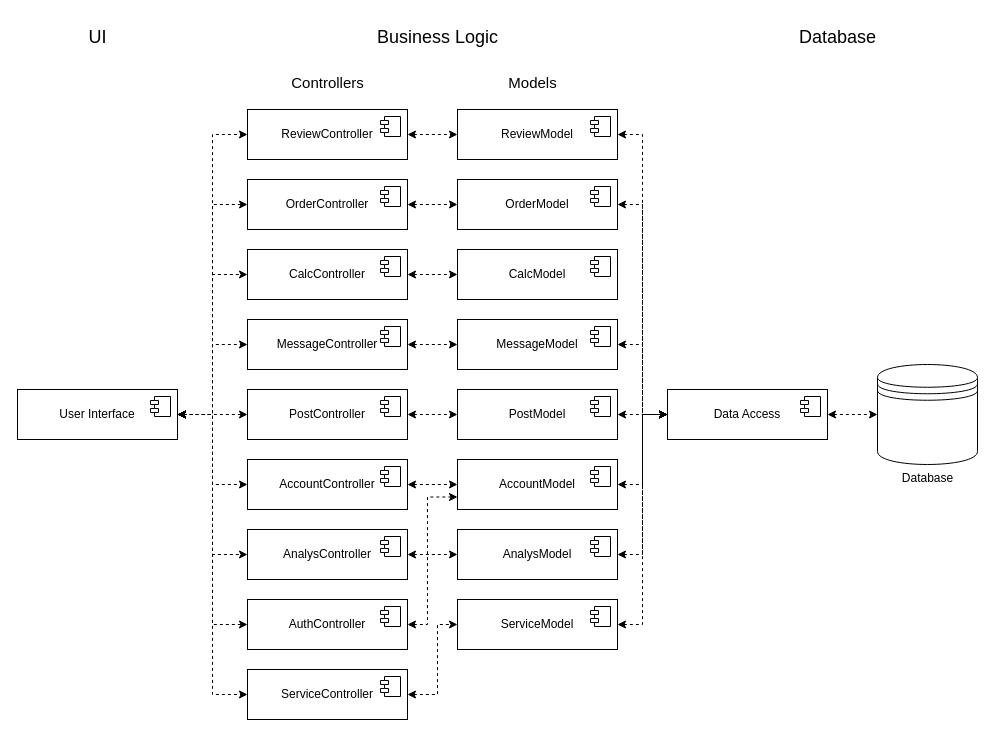
This is doc/diagrams/components.drawio from DaniilGGuY/PPO_labs, a draw.io file, before an edit. Source tidied: cells renumbered, new cells numbered last; positions are measured from the earlier drawing's top-left corner, leaving out a move shared by most shapes. Both pictures are drawn from the tidied source at 100%, with x=0, y=0 at pixel (17, 17).
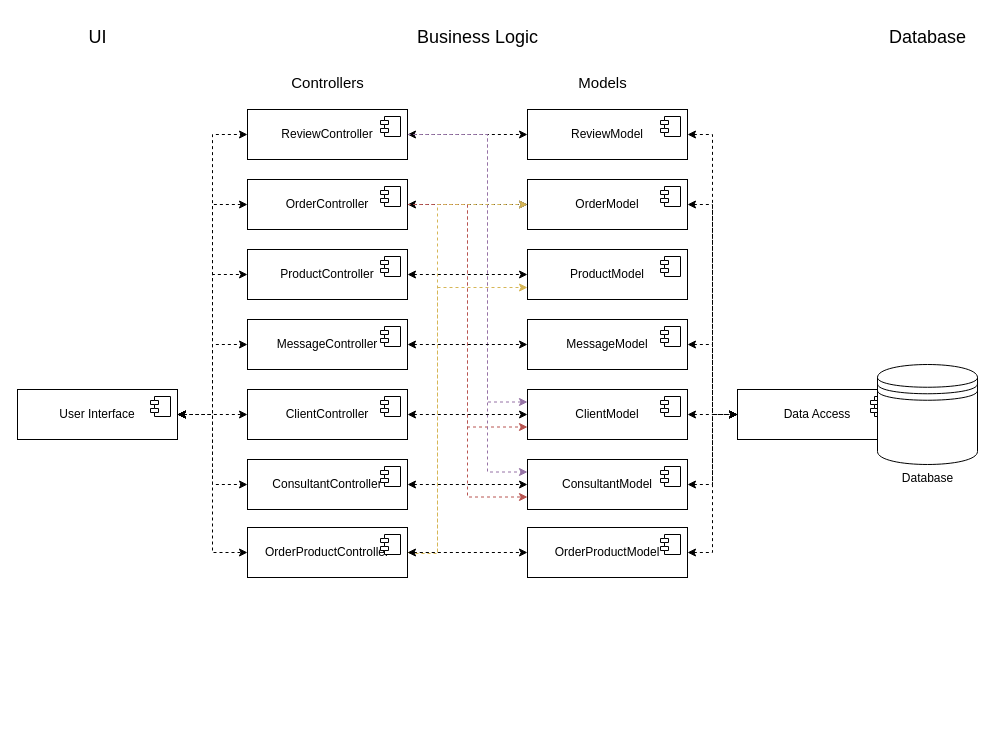
The same page after the edit.

The change refers to these unchanged cells:
```xml
<mxCell id="11" value="User Interface" style="html=1;whiteSpace=wrap;" parent="1" vertex="1">
  <mxGeometry y="372" width="160" height="50" as="geometry" />
</mxCell>
<mxCell id="17" value="OrderController" style="html=1;whiteSpace=wrap;" parent="1" vertex="1">
  <mxGeometry x="230" y="162" width="160" height="50" as="geometry" />
</mxCell>
<mxCell id="20" value="ReviewController" style="html=1;whiteSpace=wrap;" parent="1" vertex="1">
  <mxGeometry x="230" y="92" width="160" height="50" as="geometry" />
</mxCell>
<mxCell id="67" value="Database" style="shape=datastore;html=1;labelPosition=center;verticalLabelPosition=bottom;align=center;verticalAlign=top;" parent="1" vertex="1">
  <mxGeometry x="860" y="347" width="100" height="100" as="geometry" />
</mxCell>
```

Diff of the diagram source:
```diff
@@
-    <mxCell id="8" style="edgeStyle=orthogonalEdgeStyle;rounded=0;jettySize=auto;html=1;exitX=1;exitY=0.5;exitDx=0;exitDy=0;entryX=0;entryY=0.5;entryDx=0;entryDy=0;dashed=1;startArrow=classic;startFill=1;" parent="1" edge="1" source="11" target="32">
-      <mxGeometry relative="1" as="geometry" />
-    </mxCell>
-    <mxCell id="9" style="edgeStyle=orthogonalEdgeStyle;rounded=0;jettySize=auto;html=1;exitX=1;exitY=0.5;exitDx=0;exitDy=0;entryX=0;entryY=0.5;entryDx=0;entryDy=0;dashed=1;startArrow=classic;startFill=1;" parent="1" edge="1" source="11" target="35">
-      <mxGeometry relative="1" as="geometry" />
-    </mxCell>
-    <mxCell id="10" style="edgeStyle=orthogonalEdgeStyle;rounded=0;jettySize=auto;html=1;exitX=1;exitY=0.5;exitDx=0;exitDy=0;entryX=0;entryY=0.5;entryDx=0;entryDy=0;startArrow=classic;startFill=1;dashed=1;" parent="1" edge="1" source="11" target="38">
-      <mxGeometry relative="1" as="geometry" />
-    </mxCell>
+    <mxCell id="72" style="edgeStyle=orthogonalEdgeStyle;rounded=0;jettySize=auto;html=1;exitX=1;exitY=0.5;exitDx=0;exitDy=0;entryX=0;entryY=0.5;entryDx=0;entryDy=0;dashed=1;" parent="1" edge="1" source="11" target="80">
+      <mxGeometry relative="1" as="geometry" />
+    </mxCell>
@@
-    <mxCell id="14" value="CalcController" style="html=1;whiteSpace=wrap;" parent="1" vertex="1">
+    <mxCell id="14" value="ProductController" style="html=1;whiteSpace=wrap;" parent="1" vertex="1">
       <mxGeometry x="230" y="232" width="160" height="50" as="geometry" />
     </mxCell>
@@
+    <mxCell id="73" style="edgeStyle=orthogonalEdgeStyle;rounded=0;jettySize=auto;html=1;exitX=1;exitY=0.5;exitDx=0;exitDy=0;entryX=0;entryY=0.75;entryDx=0;entryDy=0;dashed=1;fillColor=#f8cecc;strokeColor=#b85450;" parent="1" edge="1" source="17" target="53">
+      <mxGeometry relative="1" as="geometry">
+        <Array as="points">
+          <mxPoint x="450" y="187" />
+          <mxPoint x="450" y="410" />
+          <mxPoint x="510" y="410" />
+        </Array>
+      </mxGeometry>
+    </mxCell>
+    <mxCell id="74" style="edgeStyle=orthogonalEdgeStyle;rounded=0;jettySize=auto;html=1;exitX=1;exitY=0.5;exitDx=0;exitDy=0;entryX=0;entryY=0.75;entryDx=0;entryDy=0;dashed=1;fillColor=#f8cecc;strokeColor=#b85450;" parent="1" edge="1" source="17" target="56">
+      <mxGeometry relative="1" as="geometry">
+        <Array as="points">
+          <mxPoint x="450" y="187" />
+          <mxPoint x="450" y="480" />
+        </Array>
+      </mxGeometry>
+    </mxCell>
@@
+    <mxCell id="75" style="edgeStyle=orthogonalEdgeStyle;rounded=0;jettySize=auto;html=1;exitX=1;exitY=0.5;exitDx=0;exitDy=0;entryX=0;entryY=0.25;entryDx=0;entryDy=0;dashed=1;fillColor=#e1d5e7;strokeColor=#9673a6;" parent="1" edge="1" source="20" target="53">
+      <mxGeometry relative="1" as="geometry">
+        <Array as="points">
+          <mxPoint x="470" y="117" />
+          <mxPoint x="470" y="385" />
+        </Array>
+      </mxGeometry>
+    </mxCell>
+    <mxCell id="76" style="edgeStyle=orthogonalEdgeStyle;rounded=0;jettySize=auto;html=1;exitX=1;exitY=0.5;exitDx=0;exitDy=0;entryX=0;entryY=0.25;entryDx=0;entryDy=0;dashed=1;fillColor=#e1d5e7;strokeColor=#9673a6;" parent="1" edge="1" source="20" target="56">
+      <mxGeometry relative="1" as="geometry">
+        <Array as="points">
+          <mxPoint x="470" y="117" />
+          <mxPoint x="470" y="455" />
+        </Array>
+      </mxGeometry>
+    </mxCell>
@@
     <mxCell id="25" style="edgeStyle=orthogonalEdgeStyle;rounded=0;jettySize=auto;html=1;exitX=1;exitY=0.5;exitDx=0;exitDy=0;entryX=0;entryY=0.5;entryDx=0;entryDy=0;dashed=1;startArrow=classic;startFill=1;" parent="1" edge="1" source="26" target="53">
-      <mxGeometry relative="1" as="geometry" />
+      <mxGeometry relative="1" as="geometry">
+        <Array as="points">
+          <mxPoint x="500" y="397" />
+          <mxPoint x="500" y="397" />
+        </Array>
+      </mxGeometry>
     </mxCell>
-    <mxCell id="26" value="PostController" style="html=1;whiteSpace=wrap;" parent="1" vertex="1">
+    <mxCell id="26" value="ClientController" style="html=1;whiteSpace=wrap;" parent="1" vertex="1">
       <mxGeometry x="230" y="372" width="160" height="50" as="geometry" />
     </mxCell>
@@
-    <mxCell id="29" value="AccountController" style="html=1;whiteSpace=wrap;" parent="1" vertex="1">
+    <mxCell id="29" value="ConsultantController" style="html=1;whiteSpace=wrap;" parent="1" vertex="1">
       <mxGeometry x="230" y="442" width="160" height="50" as="geometry" />
     </mxCell>
@@
-    <mxCell id="31" style="edgeStyle=orthogonalEdgeStyle;rounded=0;jettySize=auto;html=1;exitX=1;exitY=0.5;exitDx=0;exitDy=0;dashed=1;startArrow=classic;startFill=1;" parent="1" edge="1" source="32" target="59">
-      <mxGeometry relative="1" as="geometry" />
-    </mxCell>
-    <mxCell id="32" value="AnalysController" style="html=1;whiteSpace=wrap;" parent="1" vertex="1">
-      <mxGeometry x="230" y="512" width="160" height="50" as="geometry" />
-    </mxCell>
-    <mxCell id="33" style="shape=module;jettyWidth=8;jettyHeight=4;" parent="32" vertex="1">
-      <mxGeometry x="1" width="20" height="20" relative="1" as="geometry">
-        <mxPoint x="-27" y="7" as="offset" />
-      </mxGeometry>
-    </mxCell>
-    <mxCell id="34" style="edgeStyle=orthogonalEdgeStyle;rounded=0;jettySize=auto;html=1;exitX=1;exitY=0.5;exitDx=0;exitDy=0;entryX=0;entryY=0.75;entryDx=0;entryDy=0;dashed=1;startArrow=classic;startFill=1;" parent="1" edge="1" source="35" target="56">
-      <mxGeometry relative="1" as="geometry">
-        <Array as="points">
-          <mxPoint x="410" y="607" />
-          <mxPoint x="410" y="479" />
-        </Array>
-      </mxGeometry>
-    </mxCell>
-    <mxCell id="35" value="AuthController" style="html=1;whiteSpace=wrap;" parent="1" vertex="1">
-      <mxGeometry x="230" y="582" width="160" height="50" as="geometry" />
-    </mxCell>
-    <mxCell id="36" style="shape=module;jettyWidth=8;jettyHeight=4;" parent="35" vertex="1">
-      <mxGeometry x="1" width="20" height="20" relative="1" as="geometry">
-        <mxPoint x="-27" y="7" as="offset" />
-      </mxGeometry>
-    </mxCell>
-    <mxCell id="37" style="edgeStyle=orthogonalEdgeStyle;rounded=0;jettySize=auto;html=1;exitX=1;exitY=0.5;exitDx=0;exitDy=0;entryX=0;entryY=0.5;entryDx=0;entryDy=0;dashed=1;startArrow=classic;startFill=1;" parent="1" edge="1" source="38" target="62">
-      <mxGeometry relative="1" as="geometry">
-        <Array as="points">
-          <mxPoint x="420" y="677" />
-          <mxPoint x="420" y="607" />
-        </Array>
-      </mxGeometry>
-    </mxCell>
-    <mxCell id="38" value="ServiceController" style="html=1;whiteSpace=wrap;" parent="1" vertex="1">
-      <mxGeometry x="230" y="652" width="160" height="50" as="geometry" />
-    </mxCell>
-    <mxCell id="39" style="shape=module;jettyWidth=8;jettyHeight=4;" parent="38" vertex="1">
-      <mxGeometry x="1" width="20" height="20" relative="1" as="geometry">
-        <mxPoint x="-27" y="7" as="offset" />
-      </mxGeometry>
-    </mxCell>
@@
     <mxCell id="42" value="ReviewModel" style="html=1;whiteSpace=wrap;" parent="1" vertex="1">
-      <mxGeometry x="440" y="92" width="160" height="50" as="geometry" />
+      <mxGeometry x="510" y="92" width="160" height="50" as="geometry" />
     </mxCell>
@@
     <mxCell id="45" value="OrderModel" style="html=1;whiteSpace=wrap;" parent="1" vertex="1">
-      <mxGeometry x="440" y="162" width="160" height="50" as="geometry" />
+      <mxGeometry x="510" y="162" width="160" height="50" as="geometry" />
     </mxCell>
@@
-    <mxCell id="47" value="CalcModel" style="html=1;whiteSpace=wrap;" parent="1" vertex="1">
-      <mxGeometry x="440" y="232" width="160" height="50" as="geometry" />
+    <mxCell id="47" value="ProductModel" style="html=1;whiteSpace=wrap;" parent="1" vertex="1">
+      <mxGeometry x="510" y="232" width="160" height="50" as="geometry" />
     </mxCell>
@@
     <mxCell id="50" value="MessageModel" style="html=1;whiteSpace=wrap;" parent="1" vertex="1">
-      <mxGeometry x="440" y="302" width="160" height="50" as="geometry" />
+      <mxGeometry x="510" y="302" width="160" height="50" as="geometry" />
     </mxCell>
@@
-    <mxCell id="53" value="PostModel" style="html=1;whiteSpace=wrap;" parent="1" vertex="1">
-      <mxGeometry x="440" y="372" width="160" height="50" as="geometry" />
+    <mxCell id="53" value="ClientModel" style="html=1;whiteSpace=wrap;" parent="1" vertex="1">
+      <mxGeometry x="510" y="372" width="160" height="50" as="geometry" />
     </mxCell>
@@
-    <mxCell id="56" value="AccountModel" style="html=1;whiteSpace=wrap;" parent="1" vertex="1">
-      <mxGeometry x="440" y="442" width="160" height="50" as="geometry" />
+    <mxCell id="56" value="ConsultantModel" style="html=1;whiteSpace=wrap;" parent="1" vertex="1">
+      <mxGeometry x="510" y="442" width="160" height="50" as="geometry" />
     </mxCell>
@@
-    <mxCell id="59" value="AnalysModel" style="html=1;whiteSpace=wrap;" parent="1" vertex="1">
-      <mxGeometry x="440" y="512" width="160" height="50" as="geometry" />
+    <mxCell id="59" value="OrderProductModel" style="html=1;whiteSpace=wrap;" parent="1" vertex="1">
+      <mxGeometry x="510" y="510" width="160" height="50" as="geometry" />
     </mxCell>
@@
-    <mxCell id="61" style="edgeStyle=orthogonalEdgeStyle;rounded=0;jettySize=auto;html=1;exitX=1;exitY=0.5;exitDx=0;exitDy=0;entryX=0;entryY=0.5;entryDx=0;entryDy=0;dashed=1;startArrow=classic;startFill=1;" parent="1" edge="1" source="62" target="65">
-      <mxGeometry relative="1" as="geometry" />
-    </mxCell>
-    <mxCell id="62" value="ServiceModel" style="html=1;whiteSpace=wrap;" parent="1" vertex="1">
-      <mxGeometry x="440" y="582" width="160" height="50" as="geometry" />
-    </mxCell>
-    <mxCell id="63" style="shape=module;jettyWidth=8;jettyHeight=4;" parent="62" vertex="1">
-      <mxGeometry x="1" width="20" height="20" relative="1" as="geometry">
-        <mxPoint x="-27" y="7" as="offset" />
-      </mxGeometry>
-    </mxCell>
-    <mxCell id="64" style="edgeStyle=orthogonalEdgeStyle;rounded=0;jettySize=auto;html=1;exitX=1;exitY=0.5;exitDx=0;exitDy=0;dashed=1;startArrow=classic;startFill=1;" parent="1" edge="1" source="65" target="67">
-      <mxGeometry relative="1" as="geometry" />
+    <mxCell id="64" style="edgeStyle=orthogonalEdgeStyle;rounded=0;jettySize=auto;html=1;exitX=1;exitY=0.5;exitDx=0;exitDy=0;dashed=1;startArrow=classic;startFill=1;" parent="1" edge="1" source="65">
+      <mxGeometry relative="1" as="geometry">
+        <mxPoint x="930" y="397" as="targetPoint" />
+      </mxGeometry>
     </mxCell>
     <mxCell id="65" value="Data Access" style="html=1;whiteSpace=wrap;" parent="1" vertex="1">
-      <mxGeometry x="650" y="372" width="160" height="50" as="geometry" />
+      <mxGeometry x="720" y="372" width="160" height="50" as="geometry" />
     </mxCell>
@@
     <mxCell id="69" value="&lt;font style=&quot;font-size: 15px;&quot;&gt;Models&lt;/font&gt;" style="text;html=1;align=center;verticalAlign=middle;strokeColor=none;fillColor=none;" parent="1" vertex="1">
-      <mxGeometry x="480" y="50" width="70" height="30" as="geometry" />
+      <mxGeometry x="550" y="50" width="70" height="30" as="geometry" />
     </mxCell>
     <mxCell id="70" value="&lt;font style=&quot;font-size: 18px;&quot;&gt;Business Logic&lt;/font&gt;" style="text;html=1;align=center;verticalAlign=middle;strokeColor=none;fillColor=none;" parent="1" vertex="1">
-      <mxGeometry x="350" width="140" height="40" as="geometry" />
+      <mxGeometry x="390" width="140" height="40" as="geometry" />
     </mxCell>
     <mxCell id="71" value="&lt;font style=&quot;font-size: 18px;&quot;&gt;Database&lt;/font&gt;" style="text;html=1;align=center;verticalAlign=middle;strokeColor=none;fillColor=none;" parent="1" vertex="1">
-      <mxGeometry x="770" width="100" height="40" as="geometry" />
+      <mxGeometry x="860" width="100" height="40" as="geometry" />
     </mxCell>
+    <mxCell id="77" style="edgeStyle=orthogonalEdgeStyle;rounded=0;jettySize=auto;html=1;exitX=1;exitY=0.5;exitDx=0;exitDy=0;dashed=1;fillColor=#fff2cc;strokeColor=#d6b656;" parent="1" edge="1" target="47">
+      <mxGeometry relative="1" as="geometry">
+        <mxPoint x="380" y="536" as="sourcePoint" />
+        <Array as="points">
+          <mxPoint x="420" y="536" />
+          <mxPoint x="420" y="270" />
+        </Array>
+      </mxGeometry>
+    </mxCell>
+    <mxCell id="78" style="edgeStyle=orthogonalEdgeStyle;rounded=0;jettySize=auto;html=1;exitX=1;exitY=0.5;exitDx=0;exitDy=0;entryX=0;entryY=0.5;entryDx=0;entryDy=0;dashed=1;fillColor=#fff2cc;strokeColor=#d6b656;" parent="1" edge="1" source="80" target="45">
+      <mxGeometry relative="1" as="geometry">
+        <Array as="points">
+          <mxPoint x="420" y="535" />
+          <mxPoint x="420" y="187" />
+        </Array>
+      </mxGeometry>
+    </mxCell>
+    <mxCell id="79" style="edgeStyle=orthogonalEdgeStyle;rounded=0;jettySize=auto;html=1;exitX=1;exitY=0.5;exitDx=0;exitDy=0;dashed=1;startArrow=classic;startFill=1;" parent="1" edge="1" source="80" target="59">
+      <mxGeometry relative="1" as="geometry" />
+    </mxCell>
+    <mxCell id="80" value="OrderProductController" style="html=1;whiteSpace=wrap;" parent="1" vertex="1">
+      <mxGeometry x="230" y="510" width="160" height="50" as="geometry" />
+    </mxCell>
+    <mxCell id="81" style="shape=module;jettyWidth=8;jettyHeight=4;" parent="80" vertex="1">
+      <mxGeometry x="1" width="20" height="20" relative="1" as="geometry">
+        <mxPoint x="-27" y="7" as="offset" />
+      </mxGeometry>
+    </mxCell>
```
